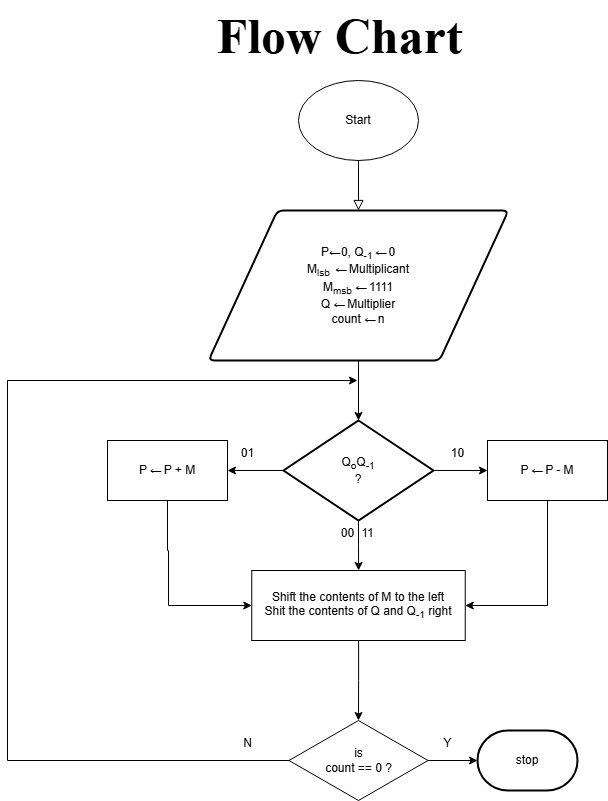
Before: booth multiplication implementation.drawio.png, a diagram exported from draw.io (anamboijohn/Computer-Architecture). Source tidied: cells renumbered, new cells last; positions are measured from the earlier drawing's top-left corner, leaving out a move shared by most shapes.
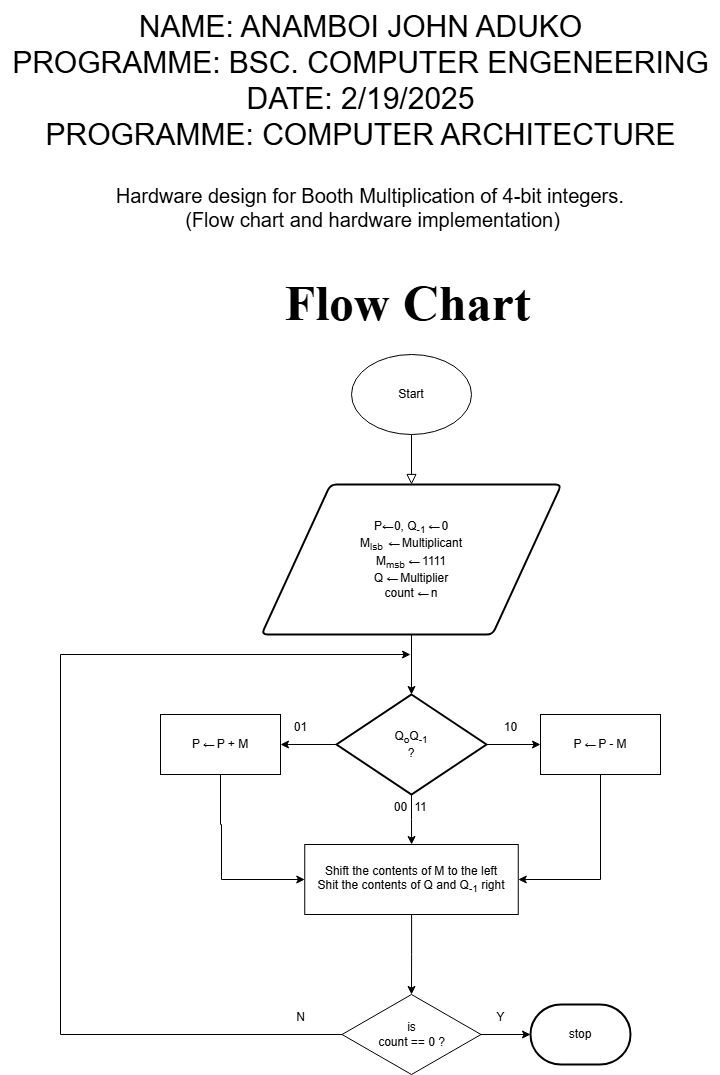
Later version of the same file.

Commit message:
add hardware implementation

The edit, as a diff of the source:
```diff
@@ -3,7 +3,7 @@
     <mxCell id="0" />
     <mxCell id="1" parent="0" />
     <mxCell id="2" style="group;" parent="1" vertex="1">
-      <mxGeometry y="80" width="600" height="720" as="geometry" />
+      <mxGeometry y="329" width="600" height="720" as="geometry" />
     </mxCell>
     <mxCell id="3" style="rounded=0;html=1;jettySize=auto;orthogonalLoop=1;fontSize=11;endArrow=block;endFill=0;endSize=8;strokeWidth=1;shadow=0;labelBackgroundColor=none;edgeStyle=orthogonalEdgeStyle;" parent="2" edge="1">
       <mxGeometry relative="1" as="geometry">
@@ -93,7 +93,13 @@
       <mxGeometry x="225" y="648" width="30" height="30" as="geometry" />
     </mxCell>
     <mxCell id="27" value="&lt;font style=&quot;font-size: 50px;&quot; face=&quot;Times New Roman&quot;&gt;&lt;b style=&quot;&quot;&gt;Flow Chart&lt;/b&gt;&lt;/font&gt;" style="text;html=1;align=center;verticalAlign=middle;strokeColor=none;fillColor=none;" parent="1" vertex="1">
-      <mxGeometry x="197" width="270" height="70" as="geometry" />
+      <mxGeometry x="212" y="242" width="270" height="70" as="geometry" />
     </mxCell>
+    <mxCell id="28" value="&lt;font style=&quot;font-size: 30px;&quot;&gt;NAME: ANAMBOI JOHN ADUKO&lt;/font&gt;&lt;div&gt;&lt;font style=&quot;font-size: 30px;&quot;&gt;PROGRAMME: BSC. COMPUTER ENGENEERING&lt;/font&gt;&lt;/div&gt;&lt;div&gt;&lt;font style=&quot;font-size: 30px;&quot;&gt;DATE: 2/19/2025&lt;/font&gt;&lt;/div&gt;&lt;div&gt;&lt;font style=&quot;font-size: 30px;&quot;&gt;PROGRAMME: COMPUTER ARCHITECTURE&lt;/font&gt;&lt;/div&gt;" style="text;html=1;align=center;verticalAlign=middle;strokeColor=none;fillColor=none;" parent="1" vertex="1">
+      <mxGeometry x="-60" y="-25" width="720" height="160" as="geometry" />
+    </mxCell>
+    <mxCell id="29" value="&lt;font style=&quot;font-size: 20px;&quot;&gt;Hardware design for Booth Multiplication of 4-bit integers.&amp;nbsp;&lt;/font&gt;&lt;div&gt;&lt;font style=&quot;font-size: 20px;&quot;&gt;(Flow chart and hardware implementation)&lt;/font&gt;&lt;/div&gt;" style="text;html=1;align=center;verticalAlign=middle;strokeColor=none;fillColor=none;" parent="1" vertex="1">
+      <mxGeometry x="42" y="152" width="540" height="60" as="geometry" />
+    </mxCell>
   </root>
 </mxGraphModel>
```
